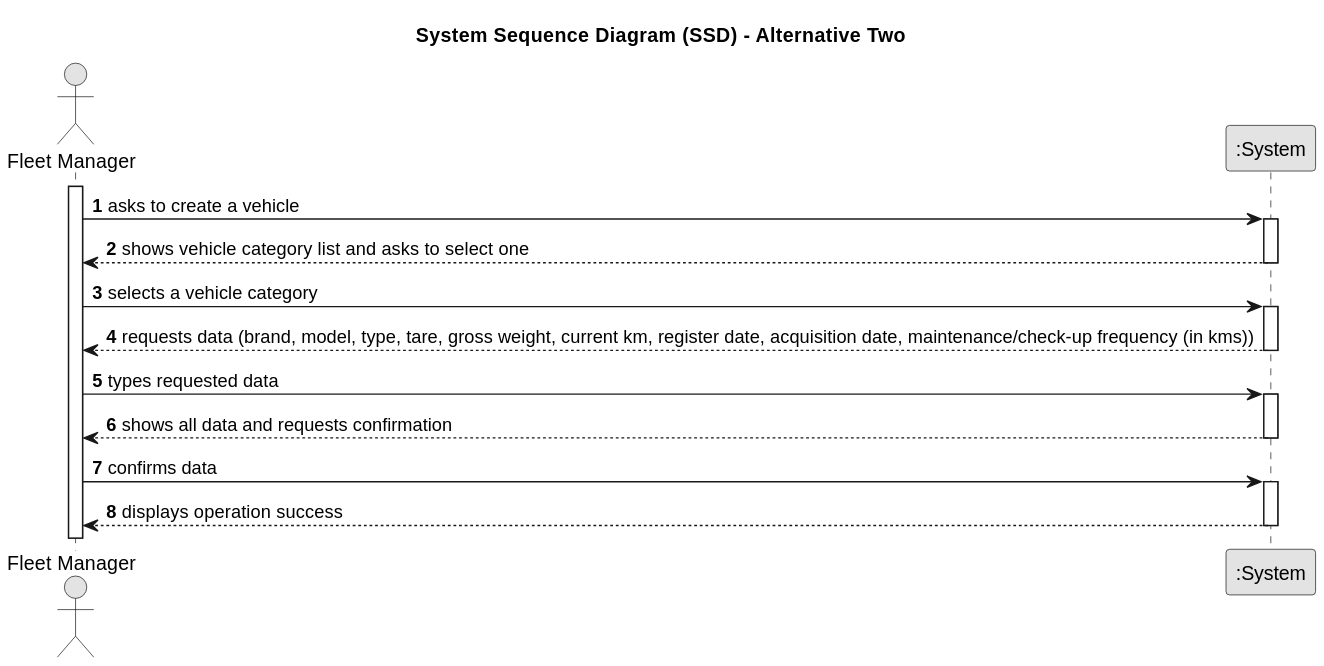
The PlantUML diagram docs/sprintA/us006/01.requirements-engineering/svg/us006-system-sequence-diagram-alternative-two-System_Sequence_Diagram__SSD____Alternative_Two.svg in francisc-o-liveira/lei-24-s2-1dp-g163, before a commit.
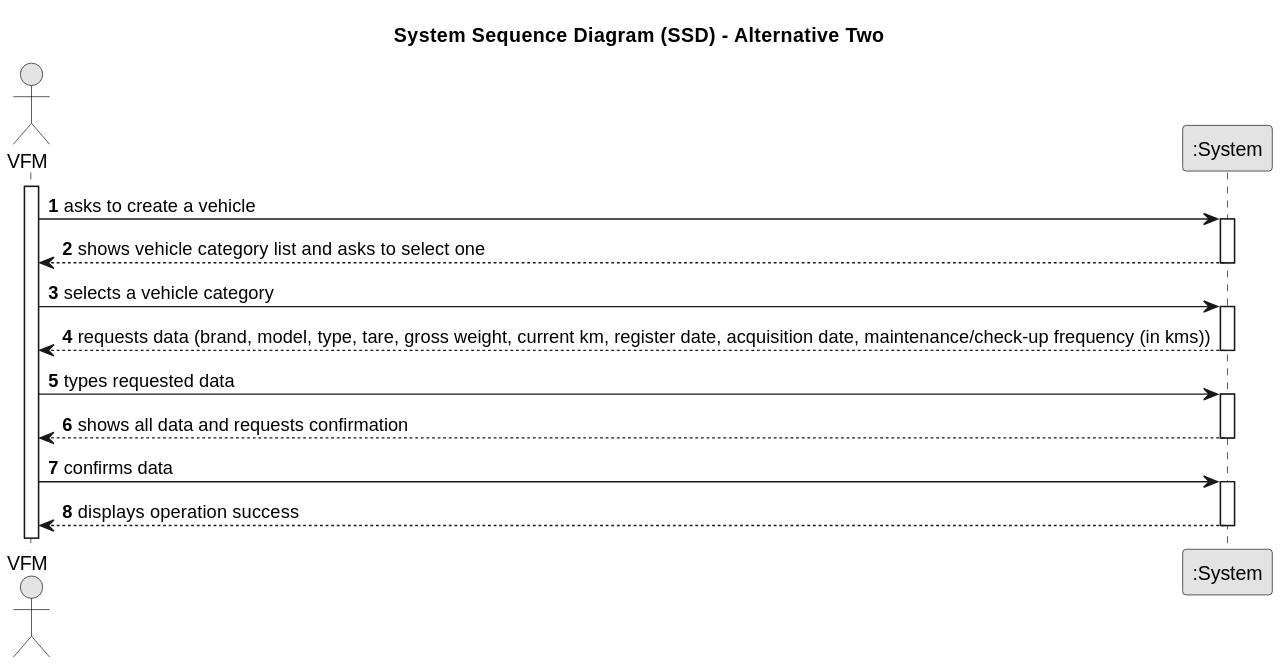
After the commit.

The edit, as a diff of the source:
```diff
@@ -7,32 +7,32 @@
 
 autonumber
 
-actor "Fleet Manager" as FM
+actor "VFM" as VFM
 participant ":System" as System
 
-activate FM
+activate VFM
 
-    FM -> System : asks to create a vehicle
+    VFM -> System : asks to create a vehicle
     activate System
 
-        System --> FM : shows vehicle category list and asks to select one
+        System --> VFM : shows vehicle category list and asks to select one
     deactivate System
 
-    FM -> System : selects a vehicle category
+    VFM -> System : selects a vehicle category
     activate System
 
-        System --> FM : requests data (brand, model, type, tare, gross weight, current km, register date, acquisition date, maintenance/check-up frequency (in kms))
+        System --> VFM : requests data (brand, model, type, tare, gross weight, current km, register date, acquisition date, maintenance/check-up frequency (in kms))
     deactivate System
 
-    FM -> System : types requested data
+    VFM -> System : types requested data
     activate System
 
-        System --> FM : shows all data and requests confirmation
+        System --> VFM : shows all data and requests confirmation
     deactivate System
 
-    FM -> System : confirms data
+    VFM -> System : confirms data
     activate System
 
-        System --> FM : displays operation success
+        System --> VFM : displays operation success
     deactivate System
 @enduml
```
